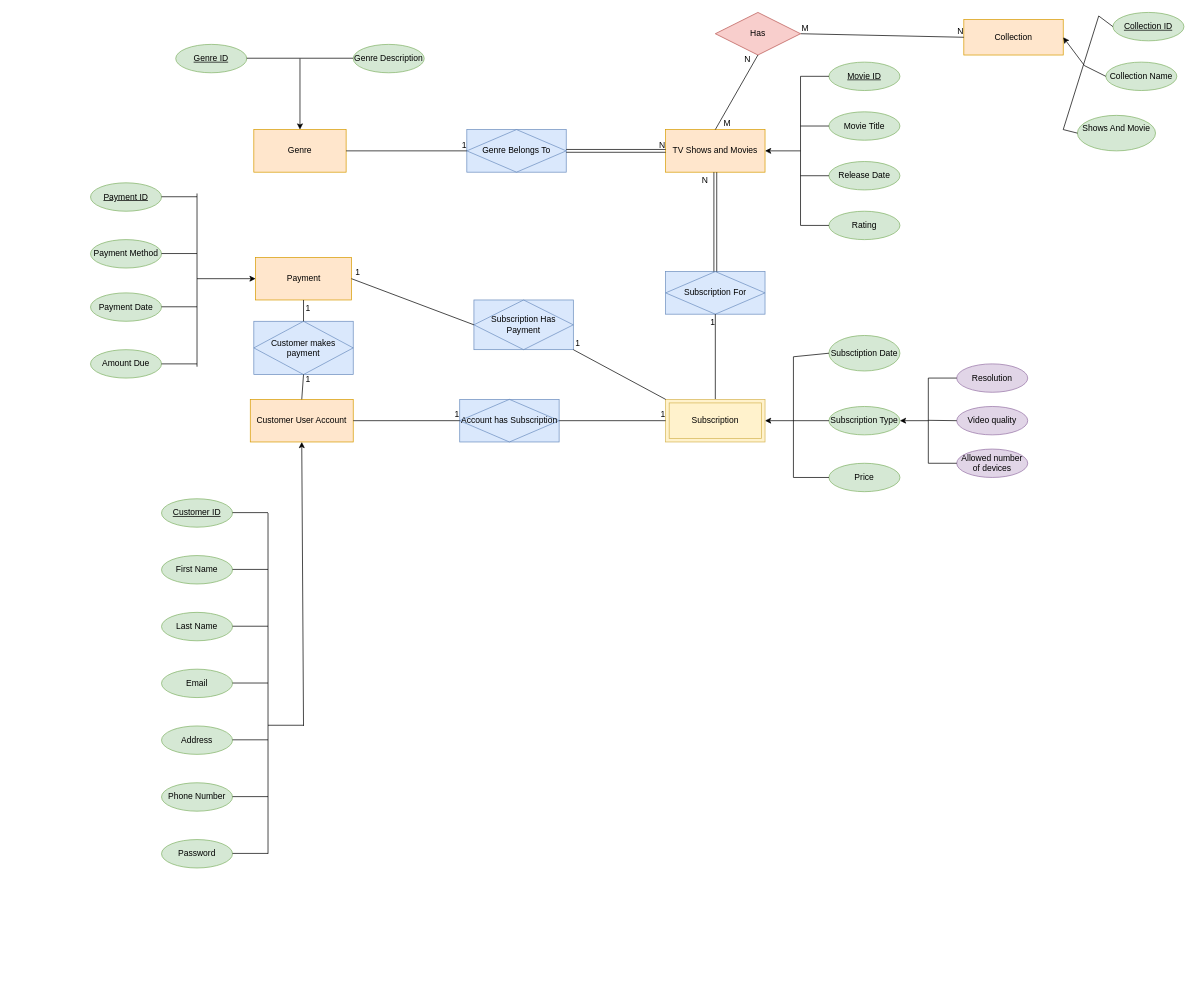
This is Software Modeling/Netflix Conceptual Diagram.drawio from PlamenGospodinov/Exercises-Part-2, a draw.io file, before an edit. Source tidied: cells renumbered, new cells numbered last; positions are measured from the earlier drawing's top-left corner, leaving out a move shared by most shapes. Both pictures are drawn from the tidied source at 71%, with x=0, y=0 at pixel (90, 12).
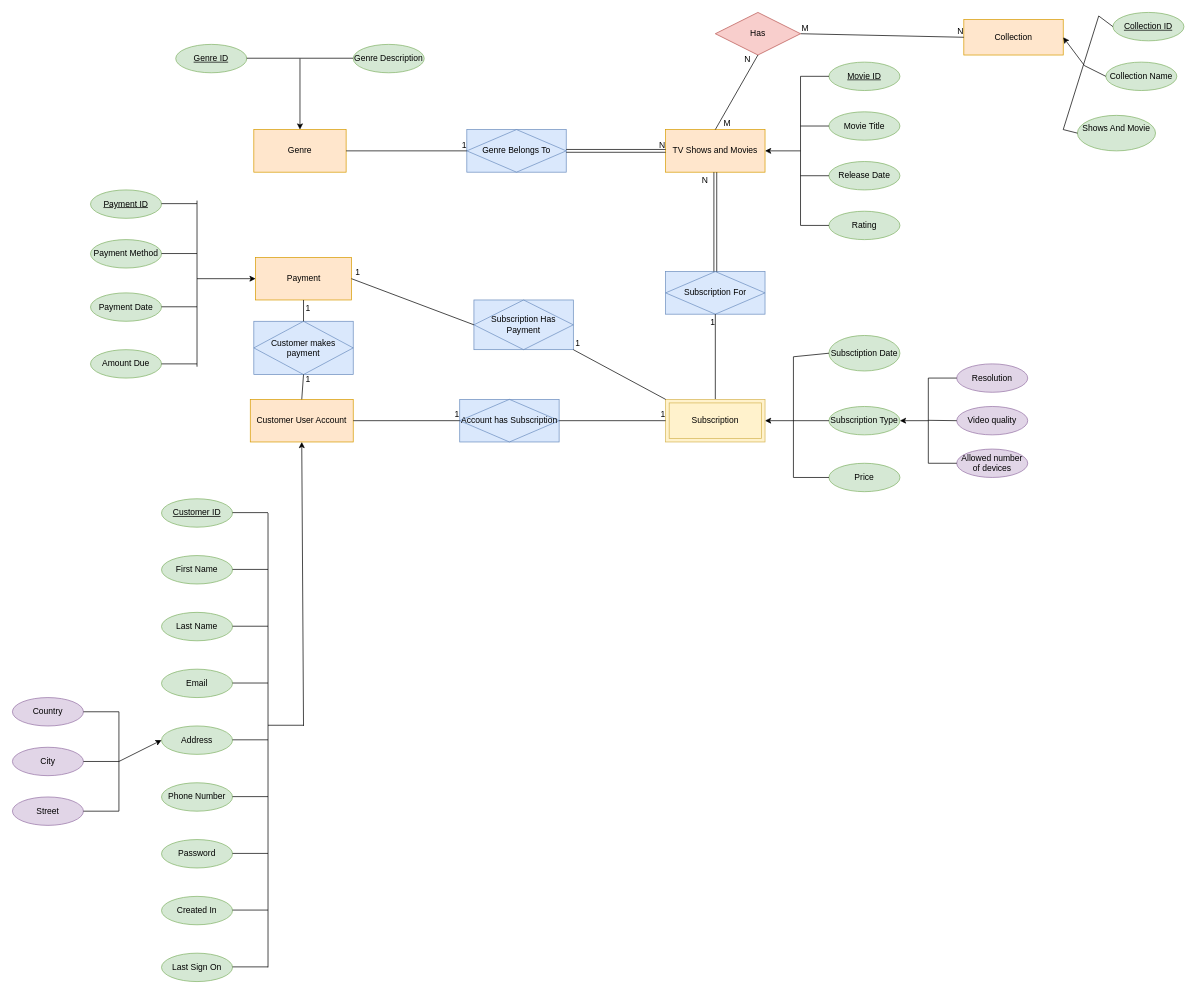
After the change.

The change refers to these unchanged cells:
```xml
<mxCell id="55" value="Address" style="ellipse;whiteSpace=wrap;html=1;align=center;fillColor=#d5e8d4;strokeColor=#82b366;" parent="1" vertex="1">
  <mxGeometry x="100" y="1005" width="100" height="40" as="geometry" />
</mxCell>
```

What changed in the source:
```diff
@@
     <mxCell id="65" style="endArrow=none;html=1;rounded=0;" parent="1" edge="1">
       <mxGeometry relative="1" as="geometry">
         <mxPoint x="250" y="705" as="sourcePoint" />
-        <mxPoint x="250" y="1185" as="targetPoint" />
+        <mxPoint x="250" y="1345" as="targetPoint" />
       </mxGeometry>
     </mxCell>
@@
     <mxCell id="70" value="Payment ID" style="ellipse;whiteSpace=wrap;html=1;align=center;fontStyle=4;fillColor=#d5e8d4;strokeColor=#82b366;" parent="1" vertex="1">
-      <mxGeometry y="240" width="100" height="40" as="geometry" />
+      <mxGeometry y="250" width="100" height="40" as="geometry" />
     </mxCell>
@@
     <mxCell id="76" style="endArrow=none;html=1;rounded=0;" parent="1" edge="1">
       <mxGeometry relative="1" as="geometry">
-        <mxPoint x="100" y="259.6" as="sourcePoint" />
-        <mxPoint x="150" y="259.6" as="targetPoint" />
+        <mxPoint x="100" y="269.3" as="sourcePoint" />
+        <mxPoint x="150" y="269.3" as="targetPoint" />
       </mxGeometry>
     </mxCell>
     <mxCell id="77" style="endArrow=none;html=1;rounded=0;" parent="1" edge="1">
       <mxGeometry relative="1" as="geometry">
-        <mxPoint x="150" y="255" as="sourcePoint" />
+        <mxPoint x="150" y="265" as="sourcePoint" />
         <mxPoint x="150" y="499" as="targetPoint" />
       </mxGeometry>
     </mxCell>
@@
+    <mxCell id="105" value="Created In" style="ellipse;whiteSpace=wrap;html=1;align=center;fillColor=#d5e8d4;strokeColor=#82b366;" parent="1" vertex="1">
+      <mxGeometry x="100" y="1245" width="100" height="40" as="geometry" />
+    </mxCell>
+    <mxCell id="106" value="Last Sign On" style="ellipse;whiteSpace=wrap;html=1;align=center;fillColor=#d5e8d4;strokeColor=#82b366;" parent="1" vertex="1">
+      <mxGeometry x="100" y="1325" width="100" height="40" as="geometry" />
+    </mxCell>
+    <mxCell id="107" value="Country" style="ellipse;whiteSpace=wrap;html=1;align=center;fillColor=#e1d5e7;strokeColor=#9673a6;" parent="1" vertex="1">
+      <mxGeometry x="-110" y="965" width="100" height="40" as="geometry" />
+    </mxCell>
+    <mxCell id="108" style="endArrow=none;html=1;rounded=0;" parent="1" edge="1">
+      <mxGeometry relative="1" as="geometry">
+        <mxPoint x="-10" y="985" as="sourcePoint" />
+        <mxPoint x="40" y="985" as="targetPoint" />
+      </mxGeometry>
+    </mxCell>
+    <mxCell id="109" style="endArrow=none;html=1;rounded=0;" parent="1" edge="1">
+      <mxGeometry relative="1" as="geometry">
+        <mxPoint x="200" y="1264.3" as="sourcePoint" />
+        <mxPoint x="250" y="1264.3" as="targetPoint" />
+      </mxGeometry>
+    </mxCell>
+    <mxCell id="110" style="endArrow=none;html=1;rounded=0;" parent="1" edge="1">
+      <mxGeometry relative="1" as="geometry">
+        <mxPoint x="200" y="1344.3" as="sourcePoint" />
+        <mxPoint x="250" y="1344.3" as="targetPoint" />
+      </mxGeometry>
+    </mxCell>
+    <mxCell id="111" value="Street" style="ellipse;whiteSpace=wrap;html=1;align=center;fillColor=#e1d5e7;strokeColor=#9673a6;" parent="1" vertex="1">
+      <mxGeometry x="-110" y="1105" width="100" height="40" as="geometry" />
+    </mxCell>
+    <mxCell id="112" value="City" style="ellipse;whiteSpace=wrap;html=1;align=center;fillColor=#e1d5e7;strokeColor=#9673a6;" parent="1" vertex="1">
+      <mxGeometry x="-110" y="1035" width="100" height="40" as="geometry" />
+    </mxCell>
+    <mxCell id="113" style="endArrow=none;html=1;rounded=0;" parent="1" edge="1">
+      <mxGeometry relative="1" as="geometry">
+        <mxPoint x="-10" y="1125" as="sourcePoint" />
+        <mxPoint x="40" y="1125" as="targetPoint" />
+      </mxGeometry>
+    </mxCell>
+    <mxCell id="114" style="endArrow=none;html=1;rounded=0;" parent="1" edge="1">
+      <mxGeometry relative="1" as="geometry">
+        <mxPoint x="-10" y="1055" as="sourcePoint" />
+        <mxPoint x="40" y="1055" as="targetPoint" />
+      </mxGeometry>
+    </mxCell>
+    <mxCell id="115" style="endArrow=none;html=1;rounded=0;" parent="1" edge="1">
+      <mxGeometry relative="1" as="geometry">
+        <mxPoint x="40" y="1125" as="sourcePoint" />
+        <mxPoint x="40" y="985" as="targetPoint" />
+      </mxGeometry>
+    </mxCell>
+    <mxCell id="116" style="endArrow=classic;html=1;rounded=0;entryX=0;entryY=0.5;entryDx=0;entryDy=0;" parent="1" edge="1" target="55">
+      <mxGeometry relative="1" as="geometry">
+        <mxPoint x="40" y="1055" as="sourcePoint" />
+      </mxGeometry>
+    </mxCell>
```
